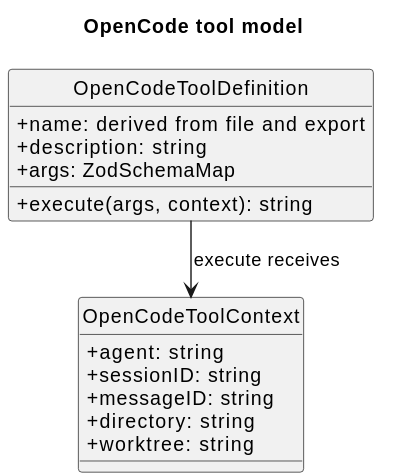
Before: config-to-tool-agent-research/opencode_tool_model.svg, a diagram exported from PlantUML (superheromeZzh/pi-mono-java-design). The source it was exported from:
```plantuml
@startuml
!pragma layout smetana
title OpenCode tool model
top to bottom direction
skinparam classAttributeIconSize 0
skinparam shadowing false
skinparam backgroundColor white
skinparam nodesep 25
skinparam ranksep 35
hide circle

class OpenCodeToolDefinition {
  +name: derived from file and export
  +description: string
  +args: ZodSchemaMap
  +execute(args, context): string
}
class OpenCodeToolContext {
  +agent: string
  +sessionID: string
  +messageID: string
  +directory: string
  +worktree: string
}
OpenCodeToolDefinition -down-> OpenCodeToolContext : execute receives
@enduml
```
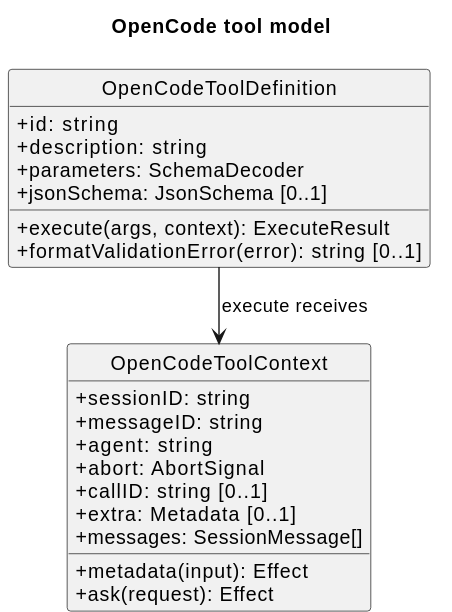
The same file after the commit.

The edit, as a diff of the source:
```diff
@@ -10,17 +10,23 @@
 hide circle
 
 class OpenCodeToolDefinition {
-  +name: derived from file and export
+  +id: string
   +description: string
-  +args: ZodSchemaMap
-  +execute(args, context): string
+  +parameters: SchemaDecoder
+  +jsonSchema: JsonSchema [0..1]
+  +execute(args, context): ExecuteResult
+  +formatValidationError(error): string [0..1]
 }
 class OpenCodeToolContext {
-  +agent: string
   +sessionID: string
   +messageID: string
-  +directory: string
-  +worktree: string
+  +agent: string
+  +abort: AbortSignal
+  +callID: string [0..1]
+  +extra: Metadata [0..1]
+  +messages: SessionMessage[]
+  +metadata(input): Effect
+  +ask(request): Effect
 }
 OpenCodeToolDefinition -down-> OpenCodeToolContext : execute receives
 @enduml
```
